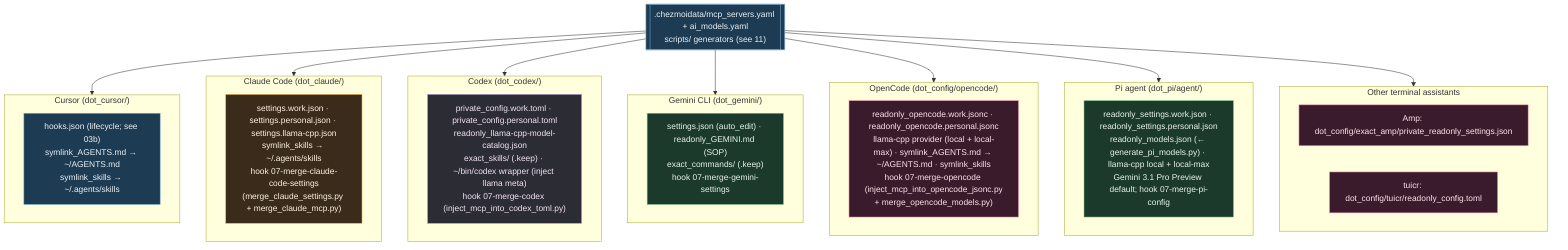
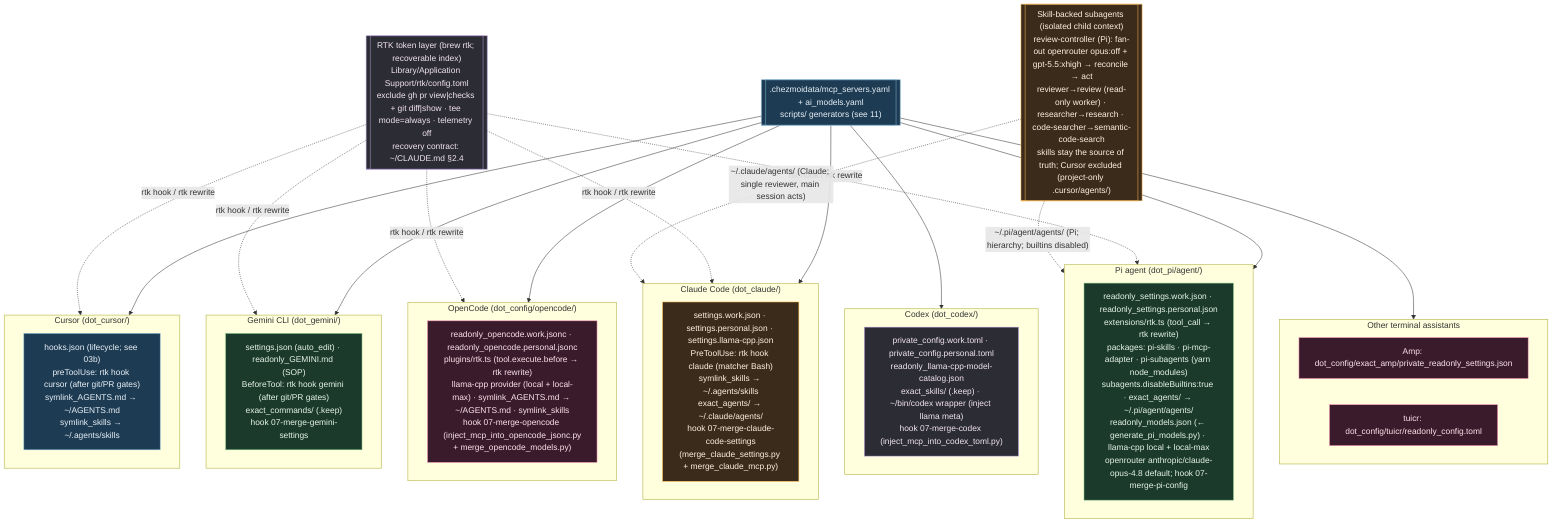
%% ============================================================================
%% 12-ai-tool-configs.mmd — Every per-tool AI config file in home/.
%% Pattern: source carries .work + .personal variants; a 07-merge-* hook picks
%% by isWork and merges generated MCP/model blocks into the live config.
%% ============================================================================
flowchart TB
    classDef cursor fill:#1d3b53,stroke:#7fb3d5,color:#eaf2f8;
    classDef claude fill:#3a2b1b,stroke:#ffb74d,color:#fff3e0;
    classDef codex fill:#2c2c34,stroke:#b39ddb,color:#f3e5f5;
    classDef gem fill:#1b3a2b,stroke:#81c784,color:#e8f5e9;
    classDef oc fill:#3a1b2b,stroke:#f48fb1,color:#fce4ec;

    subgraph CURSOR["Cursor (dot_cursor/)"]
-         CU["hooks.json (lifecycle; see 03b)<br/>symlink_AGENTS.md → ~/AGENTS.md<br/>symlink_skills → ~/.agents/skills"]:::cursor
+         CU["hooks.json (lifecycle; see 03b)<br/>preToolUse: rtk hook cursor (after git/PR gates)<br/>symlink_AGENTS.md → ~/AGENTS.md<br/>symlink_skills → ~/.agents/skills"]:::cursor
    end

    subgraph CLAUDE["Claude Code (dot_claude/)"]
-         CLD["settings.work.json · settings.personal.json · settings.llama-cpp.json<br/>symlink_skills → ~/.agents/skills<br/>hook 07-merge-claude-code-settings<br/>(merge_claude_settings.py + merge_claude_mcp.py)"]:::claude
+         CLD["settings.work.json · settings.personal.json · settings.llama-cpp.json<br/>PreToolUse: rtk hook claude (matcher Bash)<br/>symlink_skills → ~/.agents/skills<br/>exact_agents/ → ~/.claude/agents/<br/>hook 07-merge-claude-code-settings<br/>(merge_claude_settings.py + merge_claude_mcp.py)"]:::claude
    end

    subgraph CODEX["Codex (dot_codex/)"]
        CDX["private_config.work.toml · private_config.personal.toml<br/>readonly_llama-cpp-model-catalog.json<br/>exact_skills/ (.keep) · ~/bin/codex wrapper (inject llama meta)<br/>hook 07-merge-codex (inject_mcp_into_codex_toml.py)"]:::codex
    end

    subgraph GEMINI["Gemini CLI (dot_gemini/)"]
-         GMN["settings.json (auto_edit) · readonly_GEMINI.md (SOP)<br/>exact_commands/ (.keep)<br/>hook 07-merge-gemini-settings"]:::gem
+         GMN["settings.json (auto_edit) · readonly_GEMINI.md (SOP)<br/>BeforeTool: rtk hook gemini (after git/PR gates)<br/>exact_commands/ (.keep)<br/>hook 07-merge-gemini-settings"]:::gem
    end

    subgraph OPENCODE["OpenCode (dot_config/opencode/)"]
-         OPC["readonly_opencode.work.jsonc · readonly_opencode.personal.jsonc<br/>llama-cpp provider (local + local-max) · symlink_AGENTS.md → ~/AGENTS.md · symlink_skills<br/>hook 07-merge-opencode (inject_mcp_into_opencode_jsonc.py<br/>+ merge_opencode_models.py)"]:::oc
+         OPC["readonly_opencode.work.jsonc · readonly_opencode.personal.jsonc<br/>plugins/rtk.ts (tool.execute.before → rtk rewrite)<br/>llama-cpp provider (local + local-max) · symlink_AGENTS.md → ~/AGENTS.md · symlink_skills<br/>hook 07-merge-opencode (inject_mcp_into_opencode_jsonc.py<br/>+ merge_opencode_models.py)"]:::oc
    end

    subgraph PI["Pi agent (dot_pi/agent/)"]
-         PIA["readonly_settings.work.json · readonly_settings.personal.json<br/>readonly_models.json (← generate_pi_models.py) · llama-cpp local + local-max<br/>Gemini 3.1 Pro Preview default; hook 07-merge-pi-config"]:::gem
+         PIA["readonly_settings.work.json · readonly_settings.personal.json<br/>extensions/rtk.ts (tool_call → rtk rewrite)<br/>packages: pi-skills · pi-mcp-adapter · pi-subagents (yarn node_modules)<br/>subagents.disableBuiltins:true · exact_agents/ → ~/.pi/agent/agents/<br/>readonly_models.json (← generate_pi_models.py) · llama-cpp local + local-max<br/>openrouter anthropic/claude-opus-4.8 default; hook 07-merge-pi-config"]:::gem
    end

    subgraph OTHER["Other terminal assistants"]
        AMP["Amp: dot_config/exact_amp/private_readonly_settings.json"]:::oc
        TUI["tuicr: dot_config/tuicr/readonly_config.toml"]:::oc
    end

    REG[[".chezmoidata/mcp_servers.yaml + ai_models.yaml<br/>scripts/ generators (see 11)"]]:::cursor
    REG --> CURSOR & CLAUDE & CODEX & GEMINI & OPENCODE & PI & OTHER
+ 
+     RTK[["RTK token layer (brew rtk; recoverable index)<br/>Library/Application Support/rtk/config.toml<br/>exclude gh pr view|checks + git diff|show · tee mode=always · telemetry off<br/>recovery contract: ~/CLAUDE.md §2.4"]]:::codex
+     RTK -.->|"rtk hook / rtk rewrite"| CURSOR & CLAUDE & GEMINI & OPENCODE & PI
+ 
+     SUBA[["Skill-backed subagents (isolated child context)<br/>review-controller (Pi): fan-out openrouter opus:off + gpt-5.5:xhigh → reconcile → act<br/>reviewer→review (read-only worker) · researcher→research · code-searcher→semantic-code-search<br/>skills stay the source of truth; Cursor excluded (project-only .cursor/agents/)"]]:::claude
+     SUBA -.->|"~/.claude/agents/ (Claude; single reviewer, main session acts)"| CLAUDE
+     SUBA -.->|"~/.pi/agent/agents/ (Pi; hierarchy; builtins disabled)"| PI
